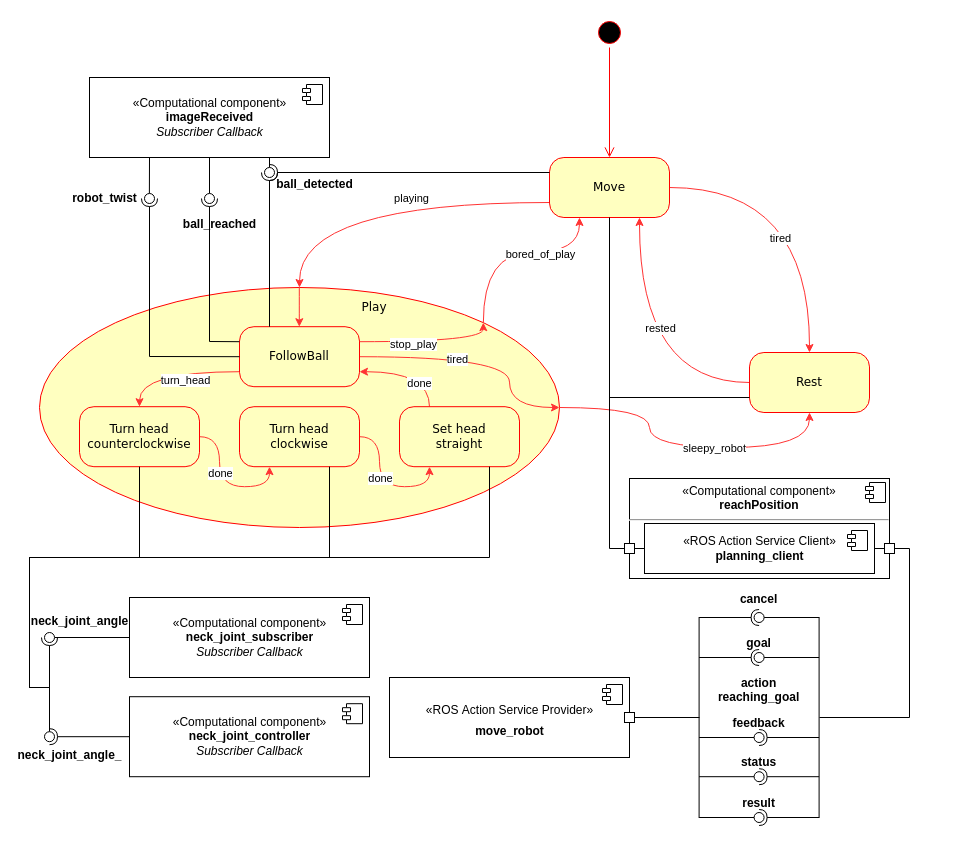
Before: draw_io/state_machine_and_comp.drawio in aGotelli/Andrea_Gotelli_EROLA_Assignment, a draw.io diagram. Source tidied: cells renumbered, new cells numbered last; positions are measured from the earlier drawing's top-left corner, leaving out a move shared by most shapes. Both pictures are drawn from the tidied source at 100%, with x=0, y=0 at pixel (29, 17).
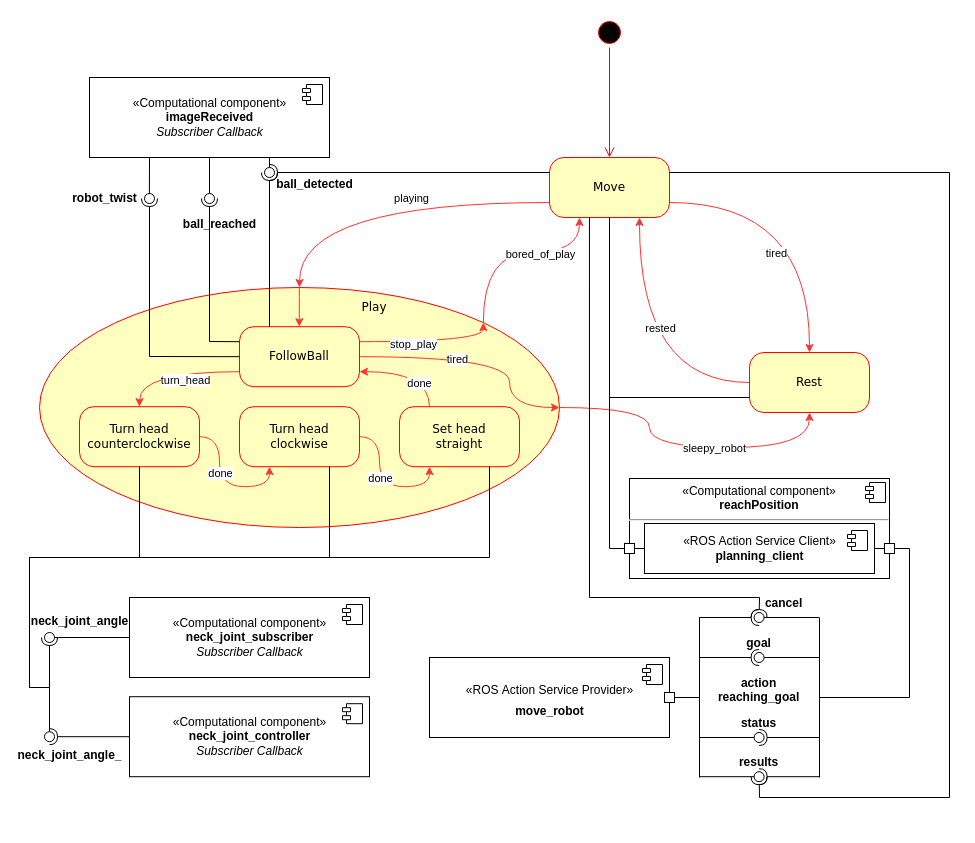
After the change.

The change refers to these unchanged cells:
```xml
<mxCell id="7" value="Move" style="rounded=1;whiteSpace=wrap;html=1;arcSize=24;fillColor=#ffffc0;strokeColor=#ff0000;shadow=0;comic=0;labelBackgroundColor=none;fontFamily=Verdana;fontSize=12;fontColor=#000000;align=center;" parent="1" vertex="1">
  <mxGeometry x="520" y="140" width="120" height="60" as="geometry" />
</mxCell>
<mxCell id="10" value="Rest" style="rounded=1;whiteSpace=wrap;html=1;arcSize=24;fillColor=#ffffc0;strokeColor=#ff0000;shadow=0;comic=0;labelBackgroundColor=none;fontFamily=Verdana;fontSize=12;fontColor=#000000;align=center;" parent="1" vertex="1">
  <mxGeometry x="720" y="335" width="120" height="60" as="geometry" />
</mxCell>
<mxCell id="94" style="rounded=0;whiteSpace=wrap;html=1;" parent="1" vertex="1">
  <mxGeometry x="855" y="526" width="10" height="10" as="geometry" />
</mxCell>
```

Diff of the diagram source:
```diff
@@
-    <mxCell id="3" style="edgeStyle=orthogonalEdgeStyle;jettySize=auto;html=1;entryX=0.5;entryY=0;entryDx=0;entryDy=0;strokeColor=#FF3333;curved=1;" parent="1" edge="1" source="7" target="10">
+    <mxCell id="3" style="edgeStyle=orthogonalEdgeStyle;jettySize=auto;html=1;entryX=0.5;entryY=0;entryDx=0;entryDy=0;strokeColor=#FF3333;curved=1;exitX=1;exitY=0.75;exitDx=0;exitDy=0;" parent="1" edge="1" source="7" target="10">
       <mxGeometry relative="1" as="geometry" />
     </mxCell>
@@
     <mxCell id="13" style="rounded=0;orthogonalLoop=1;jettySize=auto;html=1;endArrow=none;endFill=0;" parent="1" edge="1">
       <mxGeometry relative="1" as="geometry">
-        <mxPoint x="669.6" y="599.5" as="sourcePoint" />
-        <mxPoint x="669.6" y="800.5" as="targetPoint" />
+        <mxPoint x="670" y="599.5" as="sourcePoint" />
+        <mxPoint x="670" y="760" as="targetPoint" />
       </mxGeometry>
     </mxCell>
@@
-    <mxCell id="25" value="status" style="text;align=center;fontStyle=1;verticalAlign=middle;spacingLeft=3;spacingRight=3;strokeColor=none;" parent="1" vertex="1">
+    <mxCell id="25" value="results" style="text;align=center;fontStyle=1;verticalAlign=middle;spacingLeft=3;spacingRight=3;strokeColor=none;" parent="1" vertex="1">
       <mxGeometry x="714.6" y="733.2" width="30" height="21" as="geometry" />
     </mxCell>
-    <mxCell id="26" style="rounded=0;jettySize=auto;html=1;endArrow=none;endFill=0;" parent="1" edge="1" target="28">
-      <mxGeometry relative="1" as="geometry">
-        <mxPoint x="669.6" y="800" as="sourcePoint" />
-      </mxGeometry>
-    </mxCell>
-    <mxCell id="27" style="rounded=0;jettySize=auto;html=1;endArrow=halfCircle;endFill=0;entryX=0.5;entryY=0.5;entryDx=0;entryDy=0;endSize=6;strokeWidth=1;" parent="1" edge="1" target="28">
-      <mxGeometry relative="1" as="geometry">
-        <mxPoint x="789.6" y="800" as="sourcePoint" />
-      </mxGeometry>
-    </mxCell>
-    <mxCell id="28" style="ellipse;whiteSpace=wrap;html=1;fontFamily=Helvetica;fontSize=12;fontColor=#000000;align=center;strokeColor=#000000;fillColor=#ffffff;points=[];" parent="1" vertex="1">
-      <mxGeometry x="724.6" y="795" width="10" height="10" as="geometry" />
-    </mxCell>
-    <mxCell id="29" value="result" style="text;align=center;fontStyle=1;verticalAlign=middle;spacingLeft=3;spacingRight=3;strokeColor=none;" parent="1" vertex="1">
-      <mxGeometry x="714.6" y="774" width="30" height="21" as="geometry" />
-    </mxCell>
     <mxCell id="30" style="rounded=0;orthogonalLoop=1;jettySize=auto;html=1;endArrow=none;endFill=0;" parent="1" edge="1">
       <mxGeometry relative="1" as="geometry">
-        <mxPoint x="789.6" y="599.5" as="sourcePoint" />
-        <mxPoint x="789.6" y="800.5" as="targetPoint" />
+        <mxPoint x="790" y="600" as="sourcePoint" />
+        <mxPoint x="790" y="760" as="targetPoint" />
       </mxGeometry>
     </mxCell>
     <mxCell id="31" value="cancel" style="text;align=center;fontStyle=1;verticalAlign=middle;spacingLeft=3;spacingRight=3;strokeColor=none;" parent="1" vertex="1">
-      <mxGeometry x="714.6" y="570" width="30" height="21" as="geometry" />
+      <mxGeometry x="739.6" y="574" width="30" height="21" as="geometry" />
     </mxCell>
@@
-    <mxCell id="35" value="feedback" style="text;align=center;fontStyle=1;verticalAlign=middle;spacingLeft=3;spacingRight=3;strokeColor=none;" parent="1" vertex="1">
+    <mxCell id="35" value="status" style="text;align=center;fontStyle=1;verticalAlign=middle;spacingLeft=3;spacingRight=3;strokeColor=none;" parent="1" vertex="1">
       <mxGeometry x="714.6" y="694" width="30" height="21" as="geometry" />
     </mxCell>
@@
     <mxCell id="99" style="rounded=0;jettySize=auto;html=1;endArrow=none;endFill=0;entryX=1;entryY=0.5;entryDx=0;entryDy=0;" parent="1" edge="1" target="94">
       <mxGeometry relative="1" as="geometry">
-        <mxPoint x="790" y="700" as="sourcePoint" />
+        <mxPoint x="790" y="680" as="sourcePoint" />
         <Array as="points">
-          <mxPoint x="880" y="700" />
+          <mxPoint x="880" y="680" />
           <mxPoint x="880" y="531" />
         </Array>
       </mxGeometry>
     </mxCell>
     <mxCell id="100" value="&lt;p style=&quot;margin: 6px 0px 0px&quot;&gt;«ROS&amp;nbsp;Action Service Provider»&lt;br&gt;&lt;/p&gt;&lt;p style=&quot;margin: 6px 0px 0px&quot;&gt;&lt;b&gt;move_robot&lt;/b&gt;&lt;/p&gt;" style="html=1;" parent="1" vertex="1">
-      <mxGeometry x="360" y="660" width="240" height="80" as="geometry" />
+      <mxGeometry x="400" y="640" width="240" height="80" as="geometry" />
     </mxCell>
@@
     <mxCell id="102" style="rounded=0;whiteSpace=wrap;html=1;" parent="1" vertex="1">
-      <mxGeometry x="595" y="695" width="10" height="10" as="geometry" />
+      <mxGeometry x="635" y="675" width="10" height="10" as="geometry" />
     </mxCell>
     <mxCell id="103" style="rounded=0;jettySize=auto;html=1;endArrow=none;endFill=0;exitX=1;exitY=0.5;exitDx=0;exitDy=0;" parent="1" edge="1" source="102">
       <mxGeometry relative="1" as="geometry">
-        <mxPoint x="670" y="700" as="targetPoint" />
+        <mxPoint x="670" y="680" as="targetPoint" />
       </mxGeometry>
     </mxCell>
+    <mxCell id="104" style="rounded=0;jettySize=auto;html=1;endArrow=halfCircle;endFill=0;entryX=0.5;entryY=0.5;entryDx=0;entryDy=0;endSize=6;strokeWidth=1;exitX=0.333;exitY=0.997;exitDx=0;exitDy=0;exitPerimeter=0;" parent="1" edge="1" source="7">
+      <mxGeometry relative="1" as="geometry">
+        <mxPoint x="729.6" y="600" as="targetPoint" />
+        <Array as="points">
+          <mxPoint x="560" y="580" />
+          <mxPoint x="730" y="580" />
+        </Array>
+      </mxGeometry>
+    </mxCell>
+    <mxCell id="105" style="rounded=0;jettySize=auto;html=1;endArrow=halfCircle;endFill=0;entryX=0.5;entryY=0.5;entryDx=0;entryDy=0;endSize=6;strokeWidth=1;exitX=1;exitY=0.25;exitDx=0;exitDy=0;" parent="1" edge="1" source="7">
+      <mxGeometry relative="1" as="geometry">
+        <mxPoint x="729.6" y="759.2" as="targetPoint" />
+        <Array as="points">
+          <mxPoint x="920" y="155" />
+          <mxPoint x="920" y="780" />
+          <mxPoint x="730" y="780" />
+        </Array>
+      </mxGeometry>
+    </mxCell>
```
